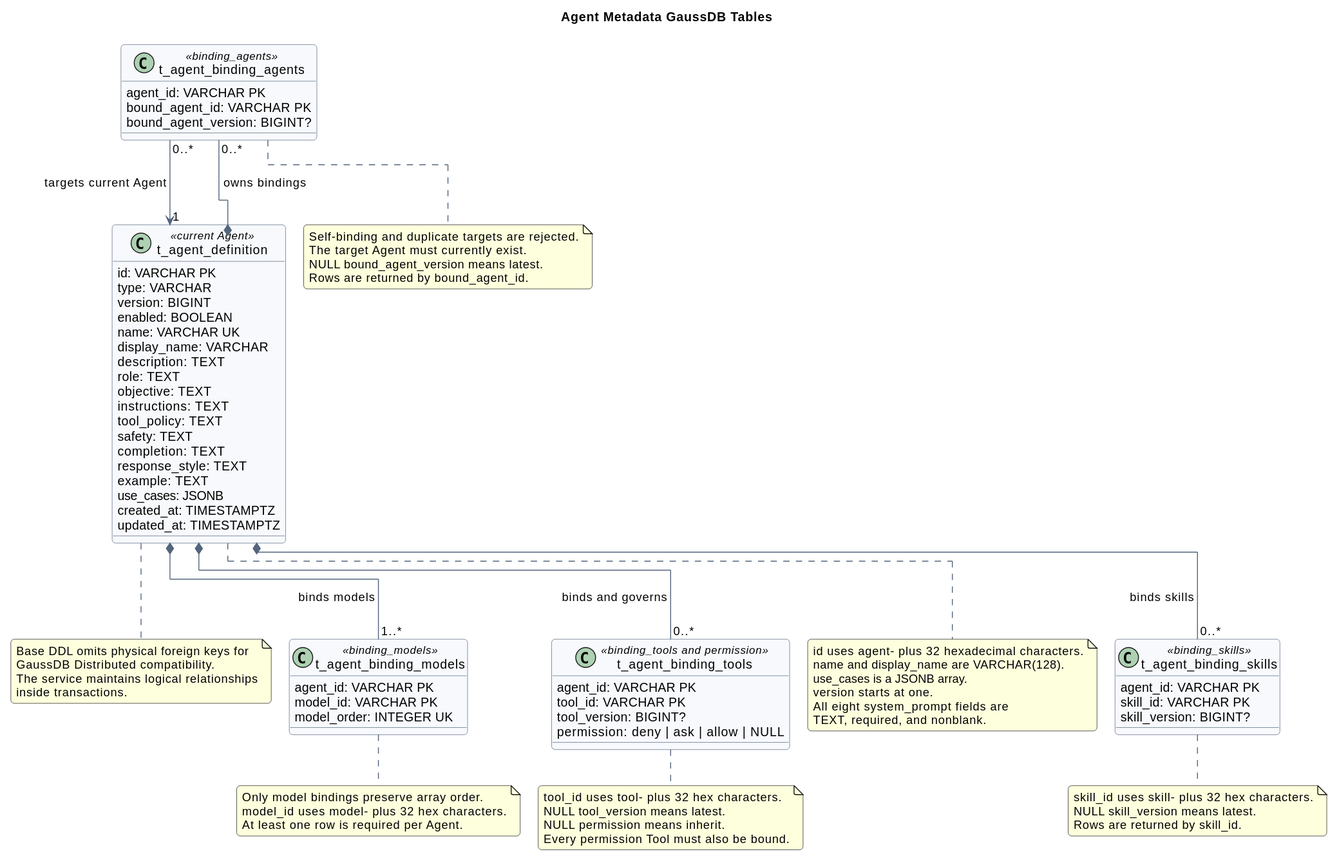
Before: agent-metadata-gaussdb-design/agent_metadata_gaussdb_model.svg, a diagram exported from PlantUML (superheromeZzh/pi-mono-java-design).
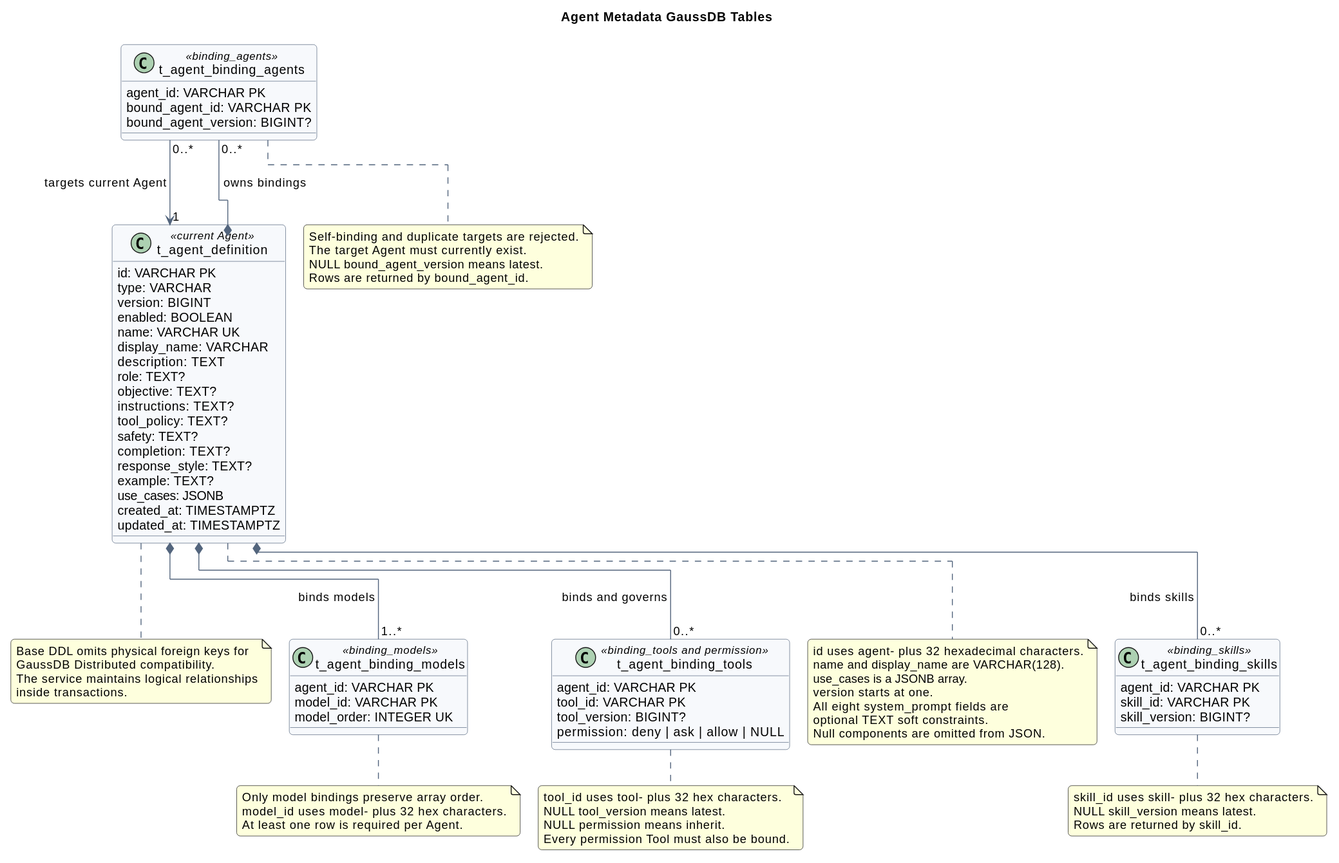
Above is the later version.

Commit message:
docs(agent): make system prompt fields optional

What changed in the source:
```diff
@@ -22,14 +22,14 @@
   name: VARCHAR UK
   display_name: VARCHAR
   description: TEXT
-  role: TEXT
-  objective: TEXT
-  instructions: TEXT
-  tool_policy: TEXT
-  safety: TEXT
-  completion: TEXT
-  response_style: TEXT
-  example: TEXT
+  role: TEXT?
+  objective: TEXT?
+  instructions: TEXT?
+  tool_policy: TEXT?
+  safety: TEXT?
+  completion: TEXT?
+  response_style: TEXT?
+  example: TEXT?
   use_cases: JSONB
   created_at: TIMESTAMPTZ
   updated_at: TIMESTAMPTZ
@@ -72,7 +72,8 @@
 use_cases is a JSONB array.
 version starts at one.
 All eight system_prompt fields are
-TEXT, required, and nonblank.
+optional TEXT soft constraints.
+Null components are omitted from JSON.
 end note
 
 note right of t_agent_binding_models
```
